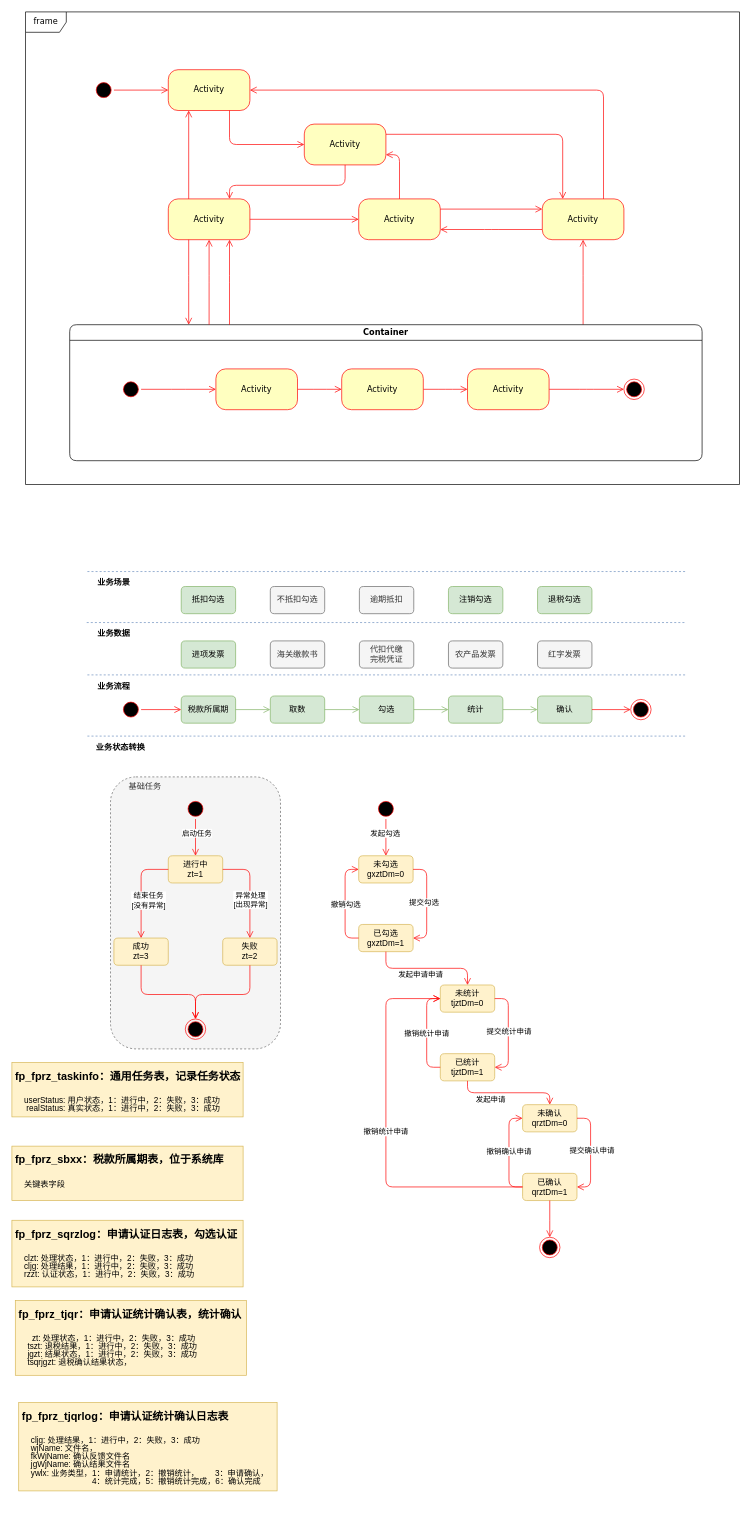
Above: 发票认证整体.drawio in xingzhihe/hello-world (draw.io), before the change. Source tidied: cells renumbered, new cells numbered last; positions are measured from the earlier drawing's top-left corner, leaving out a move shared by most shapes. Both pictures are drawn from the tidied source at 68%, with x=0, y=0 at pixel (12, 12).
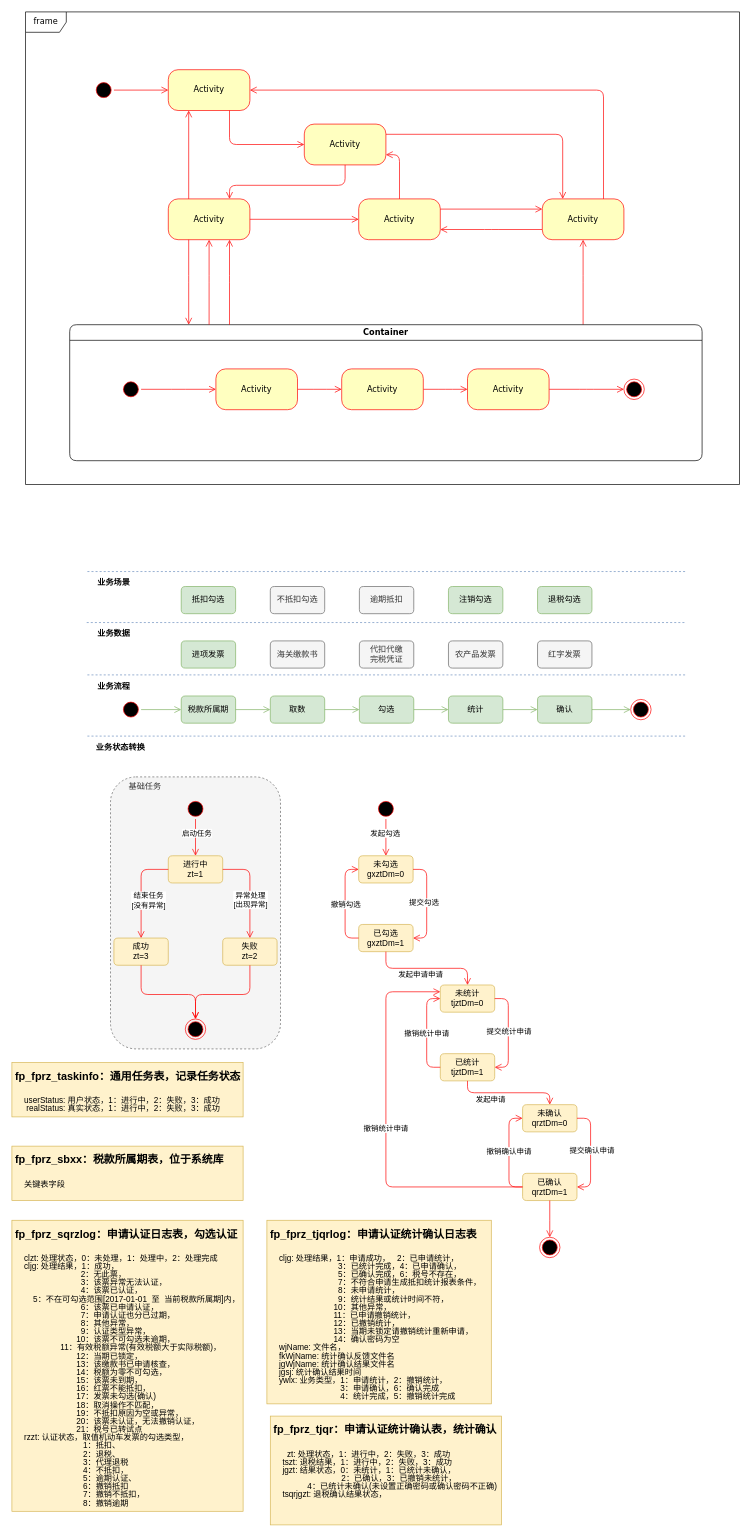
After the change.

Commit message:
更新发票认证整体.drawio

Unchanged cells that the change refers to:
```xml
<mxCell id="39" value="税款所属期" style="rounded=1;whiteSpace=wrap;html=1;fillColor=#d5e8d4;strokeColor=#82b366;" parent="1" vertex="1">
  <mxGeometry x="249" y="1006" width="80" height="40" as="geometry" />
</mxCell>
<mxCell id="43" value="确认" style="rounded=1;whiteSpace=wrap;html=1;fillColor=#d5e8d4;strokeColor=#82b366;" parent="1" vertex="1">
  <mxGeometry x="773" y="1006" width="80" height="40" as="geometry" />
</mxCell>
<mxCell id="44" style="ellipse;html=1;shape=endState;fillColor=#000000;strokeColor=#ff0000;" parent="1" vertex="1">
  <mxGeometry x="910" y="1011" width="30" height="30" as="geometry" />
</mxCell>
<mxCell id="45" style="ellipse;html=1;shape=startState;fillColor=#000000;strokeColor=#ff0000;" parent="1" vertex="1">
  <mxGeometry x="160" y="1011" width="30" height="30" as="geometry" />
</mxCell>
<mxCell id="79" value="未统计&lt;br&gt;tjztDm=0" style="rounded=1;whiteSpace=wrap;html=1;fillColor=#fff2cc;strokeColor=#d6b656;" parent="1" vertex="1">
  <mxGeometry x="630" y="1431" width="80" height="40" as="geometry" />
</mxCell>
<mxCell id="88" value="已确认&lt;br&gt;qrztDm=1" style="rounded=1;whiteSpace=wrap;html=1;fillColor=#fff2cc;strokeColor=#d6b656;" parent="1" vertex="1">
  <mxGeometry x="751" y="1708" width="80" height="40" as="geometry" />
</mxCell>
```

The edit, as a diff of the source:
```diff
@@
-    <mxCell id="46" style="edgeStyle=orthogonalEdgeStyle;html=1;verticalAlign=bottom;endArrow=open;endSize=8;strokeColor=#ff0000;rounded=0;entryX=0;entryY=0.5;entryDx=0;entryDy=0;" parent="1" edge="1" source="45" target="39">
+    <mxCell id="46" style="edgeStyle=orthogonalEdgeStyle;html=1;verticalAlign=bottom;endArrow=open;endSize=8;strokeColor=#82b366;rounded=0;entryX=0;entryY=0.5;entryDx=0;entryDy=0;fillColor=#d5e8d4;" parent="1" edge="1" source="45" target="39">
       <mxGeometry relative="1" as="geometry" />
     </mxCell>
@@
-    <mxCell id="51" style="edgeStyle=orthogonalEdgeStyle;html=1;verticalAlign=bottom;endArrow=open;endSize=8;strokeColor=#ff0000;rounded=0;entryX=0;entryY=0.5;entryDx=0;entryDy=0;exitX=1;exitY=0.5;exitDx=0;exitDy=0;" parent="1" edge="1" source="43" target="44">
+    <mxCell id="51" style="edgeStyle=orthogonalEdgeStyle;html=1;verticalAlign=bottom;endArrow=open;endSize=8;strokeColor=#82b366;rounded=0;entryX=0;entryY=0.5;entryDx=0;entryDy=0;exitX=1;exitY=0.5;exitDx=0;exitDy=0;fillColor=#d5e8d4;" parent="1" edge="1" source="43" target="44">
       <mxGeometry relative="1" as="geometry" />
     </mxCell>
@@
-    <mxCell id="97" style="edgeStyle=orthogonalEdgeStyle;html=1;verticalAlign=bottom;endArrow=open;endSize=8;strokeColor=#ff0000;rounded=1;exitX=0;exitY=0.5;exitDx=0;exitDy=0;entryX=0;entryY=0.5;entryDx=0;entryDy=0;" parent="1" edge="1" source="88" target="79">
+    <mxCell id="97" style="edgeStyle=orthogonalEdgeStyle;html=1;verticalAlign=bottom;endArrow=open;endSize=8;strokeColor=#ff0000;rounded=1;exitX=0;exitY=0.5;exitDx=0;exitDy=0;entryX=0;entryY=0.25;entryDx=0;entryDy=0;" parent="1" edge="1" source="88" target="79">
       <mxGeometry relative="1" as="geometry">
         <Array as="points">
           <mxPoint x="550" y="1728" />
-          <mxPoint x="550" y="1451" />
+          <mxPoint x="550" y="1441" />
         </Array>
       </mxGeometry>
     </mxCell>
@@
-    <mxCell id="109" value="&lt;h1 style=&quot;line-height: 100%;&quot;&gt;&lt;b style=&quot;background-color: initial; font-size: 12px;&quot;&gt;&lt;font style=&quot;font-size: 16px;&quot;&gt;fp_fprz_sqrzlog：申请认证日志表，勾选认证&lt;/font&gt;&lt;/b&gt;&lt;br&gt;&lt;/h1&gt;&lt;p style=&quot;line-height: 100%;&quot;&gt;&amp;nbsp; &amp;nbsp; clzt: 处理状态，1：进行中，2：失败，3：成功&lt;br&gt;&amp;nbsp; &amp;nbsp; cljg: 处理结果，1：进行中，2：失败，3：成功&lt;br&gt;&amp;nbsp; &amp;nbsp; rzzt: 认证状态，1：进行中，2：失败，3：成功&lt;/p&gt;" style="text;html=1;strokeColor=#d6b656;fillColor=#fff2cc;spacing=5;spacingTop=-20;whiteSpace=wrap;overflow=hidden;rounded=0;" parent="1" vertex="1">
-      <mxGeometry y="1777" width="340" height="98" as="geometry" />
+    <mxCell id="109" value="&lt;h1 style=&quot;line-height: 100%;&quot;&gt;&lt;b style=&quot;background-color: initial; font-size: 12px;&quot;&gt;&lt;font style=&quot;font-size: 16px;&quot;&gt;fp_fprz_sqrzlog：申请认证日志表，勾选认证&lt;/font&gt;&lt;/b&gt;&lt;br&gt;&lt;/h1&gt;&lt;p style=&quot;line-height: 100%;&quot;&gt;&amp;nbsp; &amp;nbsp; clzt: 处理状态，0：未处理，1：处理中，2：处理完成&lt;br&gt;&amp;nbsp; &amp;nbsp; cljg: 处理结果，1：成功，&amp;nbsp; &amp;nbsp; &amp;nbsp; &amp;nbsp; &amp;nbsp; &amp;nbsp; &amp;nbsp; &amp;nbsp; &amp;nbsp; &amp;nbsp; &amp;nbsp;&lt;br&gt;&amp;nbsp; &amp;nbsp; &amp;nbsp; &amp;nbsp; &amp;nbsp; &amp;nbsp; &amp;nbsp; &amp;nbsp; &amp;nbsp; &amp;nbsp; &amp;nbsp; &amp;nbsp; &amp;nbsp; &amp;nbsp; &amp;nbsp;2：无此票，&lt;br&gt;&amp;nbsp; &amp;nbsp; &amp;nbsp; &amp;nbsp; &amp;nbsp; &amp;nbsp; &amp;nbsp; &amp;nbsp; &amp;nbsp; &amp;nbsp; &amp;nbsp; &amp;nbsp; &amp;nbsp; &amp;nbsp; &amp;nbsp;3：该票异常无法认证，&lt;br&gt;&amp;nbsp; &amp;nbsp; &amp;nbsp; &amp;nbsp; &amp;nbsp; &amp;nbsp; &amp;nbsp; &amp;nbsp; &amp;nbsp; &amp;nbsp; &amp;nbsp; &amp;nbsp; &amp;nbsp; &amp;nbsp; &amp;nbsp;4：该票已认证，&amp;nbsp; &amp;nbsp; &amp;nbsp; &amp;nbsp; &amp;nbsp; &amp;nbsp; &amp;nbsp; &amp;nbsp; &amp;nbsp;&amp;nbsp;&lt;br&gt;&lt;span style=&quot;background-color: initial;&quot;&gt;&amp;nbsp; &amp;nbsp; &amp;nbsp; &amp;nbsp; 5：不在可勾选范围[2017-01-01&amp;nbsp; 至&amp;nbsp; 当前税款所属期]内，&lt;/span&gt;&lt;span style=&quot;background-color: initial;&quot;&gt;&lt;br&gt;&amp;nbsp; &amp;nbsp; &amp;nbsp; &amp;nbsp; &amp;nbsp; &amp;nbsp; &amp;nbsp; &amp;nbsp; &amp;nbsp; &amp;nbsp; &amp;nbsp; &amp;nbsp; &amp;nbsp; &amp;nbsp; &amp;nbsp;6：该票已申请认证，&lt;br&gt;&amp;nbsp; &amp;nbsp; &amp;nbsp; &amp;nbsp; &amp;nbsp; &amp;nbsp; &amp;nbsp; &amp;nbsp; &amp;nbsp; &amp;nbsp; &amp;nbsp; &amp;nbsp; &amp;nbsp; &amp;nbsp; &amp;nbsp;7：申请认证也分已过期，&lt;br&gt;&amp;nbsp; &amp;nbsp; &amp;nbsp; &amp;nbsp; &amp;nbsp; &amp;nbsp; &amp;nbsp; &amp;nbsp; &amp;nbsp; &amp;nbsp; &amp;nbsp; &amp;nbsp; &amp;nbsp; &amp;nbsp; &amp;nbsp;8：其他异常，&lt;br&gt;&amp;nbsp; &amp;nbsp; &amp;nbsp; &amp;nbsp; &amp;nbsp; &amp;nbsp; &amp;nbsp; &amp;nbsp; &amp;nbsp; &amp;nbsp; &amp;nbsp; &amp;nbsp; &amp;nbsp; &amp;nbsp; &amp;nbsp;9：认证类型异常，&lt;br&gt;&amp;nbsp; &amp;nbsp; &amp;nbsp; &amp;nbsp; &amp;nbsp; &amp;nbsp; &amp;nbsp; &amp;nbsp; &amp;nbsp; &amp;nbsp; &amp;nbsp; &amp;nbsp; &amp;nbsp; &amp;nbsp;10：该票不可勾选未逾期，&lt;br&gt;&amp;nbsp; &amp;nbsp; &amp;nbsp; &amp;nbsp; &amp;nbsp; &amp;nbsp; &amp;nbsp; &amp;nbsp; &amp;nbsp; &amp;nbsp; 11：有效税额异常(有效税额大于实际税额)，&lt;br&gt;&amp;nbsp; &amp;nbsp; &amp;nbsp; &amp;nbsp; &amp;nbsp; &amp;nbsp; &amp;nbsp; &amp;nbsp; &amp;nbsp; &amp;nbsp; &amp;nbsp; &amp;nbsp; &amp;nbsp; &amp;nbsp;12：当期已锁定，&lt;br&gt;&amp;nbsp; &amp;nbsp; &amp;nbsp; &amp;nbsp; &amp;nbsp; &amp;nbsp; &amp;nbsp; &amp;nbsp; &amp;nbsp; &amp;nbsp; &amp;nbsp; &amp;nbsp; &amp;nbsp; &amp;nbsp;13：该缴款书已申请核查，&lt;br&gt;&lt;/span&gt;&lt;span style=&quot;background-color: initial;&quot;&gt;&amp;nbsp; &amp;nbsp; &amp;nbsp; &amp;nbsp; &amp;nbsp; &amp;nbsp; &amp;nbsp; &amp;nbsp; &amp;nbsp; &amp;nbsp; &amp;nbsp; &amp;nbsp; &amp;nbsp; &amp;nbsp;14：税额为零不可勾选，&lt;br&gt;&amp;nbsp; &amp;nbsp; &amp;nbsp; &amp;nbsp; &amp;nbsp; &amp;nbsp; &amp;nbsp; &amp;nbsp; &amp;nbsp; &amp;nbsp; &amp;nbsp; &amp;nbsp; &amp;nbsp; &amp;nbsp;15：该票未到期，&lt;br&gt;&amp;nbsp; &amp;nbsp; &amp;nbsp; &amp;nbsp; &amp;nbsp; &amp;nbsp; &amp;nbsp; &amp;nbsp; &amp;nbsp; &amp;nbsp; &amp;nbsp; &amp;nbsp; &amp;nbsp; &amp;nbsp;16：红票不能抵扣，&lt;br&gt;&amp;nbsp; &amp;nbsp; &amp;nbsp; &amp;nbsp; &amp;nbsp; &amp;nbsp; &amp;nbsp; &amp;nbsp; &amp;nbsp; &amp;nbsp; &amp;nbsp; &amp;nbsp; &amp;nbsp; &amp;nbsp;17：发票未勾选(确认)&lt;br&gt;&amp;nbsp; &amp;nbsp; &amp;nbsp; &amp;nbsp; &amp;nbsp; &amp;nbsp; &amp;nbsp; &amp;nbsp; &amp;nbsp; &amp;nbsp; &amp;nbsp; &amp;nbsp; &amp;nbsp; &amp;nbsp;18：取消操作不匹配，&lt;br&gt;&amp;nbsp; &amp;nbsp; &amp;nbsp; &amp;nbsp; &amp;nbsp; &amp;nbsp; &amp;nbsp; &amp;nbsp; &amp;nbsp; &amp;nbsp; &amp;nbsp; &amp;nbsp; &amp;nbsp; &amp;nbsp;19：不抵扣原因为空或异常，&lt;br&gt;&amp;nbsp; &amp;nbsp; &amp;nbsp; &amp;nbsp; &amp;nbsp; &amp;nbsp; &amp;nbsp; &amp;nbsp; &amp;nbsp; &amp;nbsp; &amp;nbsp; &amp;nbsp; &amp;nbsp; &amp;nbsp;20：该票未认证，无法撤销认证，&lt;br&gt;&amp;nbsp; &amp;nbsp; &amp;nbsp; &amp;nbsp; &amp;nbsp; &amp;nbsp; &amp;nbsp; &amp;nbsp; &amp;nbsp; &amp;nbsp; &amp;nbsp; &amp;nbsp; &amp;nbsp; &amp;nbsp;21：税号已转试点&lt;br&gt;&lt;/span&gt;&lt;span style=&quot;background-color: initial;&quot;&gt;&amp;nbsp; &amp;nbsp; rzzt: 认证状态，取值&lt;/span&gt;&lt;font style=&quot;background-color: initial;&quot;&gt;机动车发票的勾选类型，&lt;br&gt;&amp;nbsp; &amp;nbsp; &amp;nbsp; &amp;nbsp; &amp;nbsp; &amp;nbsp; &amp;nbsp; &amp;nbsp; &amp;nbsp; &amp;nbsp; &amp;nbsp; &amp;nbsp; &amp;nbsp; &amp;nbsp; &amp;nbsp; 1：抵扣、&lt;br&gt;&amp;nbsp; &amp;nbsp; &amp;nbsp; &amp;nbsp; &amp;nbsp; &amp;nbsp; &amp;nbsp; &amp;nbsp; &amp;nbsp; &amp;nbsp; &amp;nbsp; &amp;nbsp; &amp;nbsp; &amp;nbsp; &amp;nbsp; 2：退税、&lt;br&gt;&lt;/font&gt;&lt;span style=&quot;background-color: initial;&quot;&gt;&amp;nbsp; &amp;nbsp; &amp;nbsp; &amp;nbsp; &amp;nbsp; &amp;nbsp; &amp;nbsp; &amp;nbsp; &amp;nbsp; &amp;nbsp; &amp;nbsp; &amp;nbsp; &amp;nbsp; &amp;nbsp; &amp;nbsp; 3：代理退税&lt;br&gt;&lt;/span&gt;&lt;span style=&quot;background-color: initial;&quot;&gt;&amp;nbsp; &amp;nbsp; &amp;nbsp; &amp;nbsp; &amp;nbsp; &amp;nbsp; &amp;nbsp; &amp;nbsp; &amp;nbsp; &amp;nbsp; &amp;nbsp; &amp;nbsp; &amp;nbsp; &amp;nbsp; &amp;nbsp; 4：不抵扣，&lt;br&gt;&amp;nbsp; &amp;nbsp; &amp;nbsp; &amp;nbsp; &amp;nbsp; &amp;nbsp; &amp;nbsp; &amp;nbsp; &amp;nbsp; &amp;nbsp; &amp;nbsp; &amp;nbsp; &amp;nbsp; &amp;nbsp; &amp;nbsp; 5：逾期认证、&lt;br&gt;&amp;nbsp; &amp;nbsp; &amp;nbsp; &amp;nbsp; &amp;nbsp; &amp;nbsp; &amp;nbsp; &amp;nbsp; &amp;nbsp; &amp;nbsp; &amp;nbsp; &amp;nbsp; &amp;nbsp; &amp;nbsp; &amp;nbsp; 6：撤销抵扣&lt;br&gt;&lt;/span&gt;&lt;span style=&quot;background-color: initial;&quot;&gt;&amp;nbsp; &amp;nbsp; &amp;nbsp; &amp;nbsp; &amp;nbsp; &amp;nbsp; &amp;nbsp; &amp;nbsp; &amp;nbsp; &amp;nbsp; &amp;nbsp; &amp;nbsp; &amp;nbsp; &amp;nbsp; &amp;nbsp; 7：撤销不抵扣，&lt;br&gt;&amp;nbsp; &amp;nbsp; &amp;nbsp; &amp;nbsp; &amp;nbsp; &amp;nbsp; &amp;nbsp; &amp;nbsp; &amp;nbsp; &amp;nbsp; &amp;nbsp; &amp;nbsp; &amp;nbsp; &amp;nbsp; &amp;nbsp; 8：撤销逾期&lt;/span&gt;&lt;/p&gt;" style="text;html=1;strokeColor=#d6b656;fillColor=#fff2cc;spacing=5;spacingTop=-20;whiteSpace=wrap;overflow=hidden;rounded=0;" parent="1" vertex="1">
+      <mxGeometry y="1777" width="340" height="428" as="geometry" />
     </mxCell>
-    <mxCell id="110" value="&lt;h1 style=&quot;line-height: 100%;&quot;&gt;&lt;b style=&quot;background-color: initial; font-size: 12px;&quot;&gt;&lt;font style=&quot;font-size: 16px;&quot;&gt;fp_fprz_tjqr：申请认证统计确认表，统计确认&lt;/font&gt;&lt;/b&gt;&lt;br&gt;&lt;/h1&gt;&lt;p style=&quot;line-height: 100%;&quot;&gt;&amp;nbsp; &amp;nbsp; &amp;nbsp; zt: 处理状态，1：进行中，2：失败，3：成功&lt;br&gt;&amp;nbsp; &amp;nbsp; tszt: 退税结果，1：进行中，2：失败，3：成功&lt;br&gt;&amp;nbsp; &amp;nbsp; jgzt: 结果状态，1：进行中，2：失败，3：成功&lt;br&gt;&amp;nbsp; &amp;nbsp;&amp;nbsp;tsqrjgzt: 退税确认结果状态，&lt;/p&gt;" style="text;html=1;strokeColor=#d6b656;fillColor=#fff2cc;spacing=5;spacingTop=-20;whiteSpace=wrap;overflow=hidden;rounded=0;" parent="1" vertex="1">
-      <mxGeometry x="5" y="1895" width="340" height="110" as="geometry" />
+    <mxCell id="110" value="&lt;h1 style=&quot;line-height: 100%;&quot;&gt;&lt;b style=&quot;background-color: initial; font-size: 12px;&quot;&gt;&lt;font style=&quot;font-size: 16px;&quot;&gt;fp_fprz_tjqr：申请认证统计确认表，统计确认&lt;/font&gt;&lt;/b&gt;&lt;br&gt;&lt;/h1&gt;&lt;p style=&quot;line-height: 100%;&quot;&gt;&amp;nbsp; &amp;nbsp; &amp;nbsp; zt: 处理状态，1：进行中，2：失败，3：成功&lt;br&gt;&amp;nbsp; &amp;nbsp; tszt: 退税结果，1：进行中，2：失败，3：成功&lt;br&gt;&amp;nbsp; &amp;nbsp; jgzt: 结果状态，0：未统计，1：已统计未确认，&lt;br&gt;&amp;nbsp; &amp;nbsp; &amp;nbsp; &amp;nbsp; &amp;nbsp; &amp;nbsp; &amp;nbsp; &amp;nbsp; &amp;nbsp; &amp;nbsp; &amp;nbsp; &amp;nbsp; &amp;nbsp; &amp;nbsp; &amp;nbsp; 2：已确认，3：已撤销未统计，&lt;br&gt;&amp;nbsp; &amp;nbsp; &amp;nbsp; &amp;nbsp; &amp;nbsp; &amp;nbsp; &amp;nbsp; &amp;nbsp;4：已统计未确认(未设置正确密码或确认密码不正确)&lt;br&gt;&amp;nbsp; &amp;nbsp;&amp;nbsp;tsqrjgzt: 退税确认结果状态，&lt;/p&gt;" style="text;html=1;strokeColor=#d6b656;fillColor=#fff2cc;spacing=5;spacingTop=-20;whiteSpace=wrap;overflow=hidden;rounded=0;" parent="1" vertex="1">
+      <mxGeometry x="380" y="2065" width="340" height="160" as="geometry" />
     </mxCell>
-    <mxCell id="111" value="&lt;h1 style=&quot;line-height: 100%;&quot;&gt;&lt;b style=&quot;background-color: initial; font-size: 12px;&quot;&gt;&lt;font style=&quot;font-size: 16px;&quot;&gt;fp_fprz_tjqrlog：申请认证统计确认日志表&lt;/font&gt;&lt;/b&gt;&lt;br&gt;&lt;/h1&gt;&lt;p style=&quot;line-height: 100%;&quot;&gt;&amp;nbsp; &amp;nbsp; cljg: 处理结果，1：进行中，2：失败，3：成功&lt;br&gt;&amp;nbsp; &amp;nbsp; wjName: 文件名，&lt;br&gt;&amp;nbsp; &amp;nbsp; fkWjName: 确认反馈文件名&lt;br&gt;&amp;nbsp; &amp;nbsp; jgWjName: 确认结果文件名&lt;br&gt;&amp;nbsp; &amp;nbsp; ywlx: 业务类型，1：申请统计，2：撤销统计，&amp;nbsp; &amp;nbsp; &amp;nbsp; &amp;nbsp;3：申请确认，&amp;nbsp; &amp;nbsp; &amp;nbsp; &amp;nbsp; &amp;nbsp; &amp;nbsp; &amp;nbsp; &amp;nbsp; &amp;nbsp; &amp;nbsp; &amp;nbsp; &amp;nbsp; &amp;nbsp; &amp;nbsp; &amp;nbsp; &amp;nbsp; &amp;nbsp;4：统计完成，5：撤销统计完成，6：确认完成&lt;/p&gt;" style="text;html=1;strokeColor=#d6b656;fillColor=#fff2cc;spacing=5;spacingTop=-20;whiteSpace=wrap;overflow=hidden;rounded=0;" parent="1" vertex="1">
-      <mxGeometry x="10" y="2045" width="380" height="130" as="geometry" />
+    <mxCell id="111" value="&lt;h1 style=&quot;line-height: 100%;&quot;&gt;&lt;b style=&quot;background-color: initial; font-size: 12px;&quot;&gt;&lt;font style=&quot;font-size: 16px;&quot;&gt;fp_fprz_tjqrlog：申请认证统计确认日志表&lt;/font&gt;&lt;/b&gt;&lt;br&gt;&lt;/h1&gt;&lt;p style=&quot;line-height: 100%;&quot;&gt;&amp;nbsp; &amp;nbsp; cljg: 处理结果，1：申请成功，&amp;nbsp; &amp;nbsp;2：已申请统计，&lt;br&gt;&lt;span style=&quot;background-color: initial;&quot;&gt;&amp;nbsp; &amp;nbsp; &amp;nbsp; &amp;nbsp; &amp;nbsp; &amp;nbsp; &amp;nbsp; &amp;nbsp; &amp;nbsp; &amp;nbsp; &amp;nbsp; &amp;nbsp; &amp;nbsp; &amp;nbsp; &amp;nbsp; 3：已统计完成，4：已申请确认，&lt;br&gt;&amp;nbsp; &amp;nbsp; &amp;nbsp; &amp;nbsp; &amp;nbsp; &amp;nbsp; &amp;nbsp; &amp;nbsp; &amp;nbsp; &amp;nbsp; &amp;nbsp; &amp;nbsp; &amp;nbsp; &amp;nbsp; &amp;nbsp; 5：已确认完成，6：税号不存在，&lt;br&gt;&amp;nbsp; &amp;nbsp; &amp;nbsp; &amp;nbsp; &amp;nbsp; &amp;nbsp; &amp;nbsp; &amp;nbsp; &amp;nbsp; &amp;nbsp; &amp;nbsp; &amp;nbsp; &amp;nbsp; &amp;nbsp; &amp;nbsp; 7：不符合申请生成抵扣统计报表条件，&amp;nbsp; &amp;nbsp; &amp;nbsp; &amp;nbsp; &amp;nbsp; &amp;nbsp; &amp;nbsp; &amp;nbsp; &amp;nbsp; &amp;nbsp; &amp;nbsp; &amp;nbsp; &amp;nbsp; &amp;nbsp; &amp;nbsp; &amp;nbsp; &amp;nbsp; 8：未申请统计，&lt;br&gt;&lt;/span&gt;&lt;span style=&quot;background-color: initial;&quot;&gt;&amp;nbsp; &amp;nbsp; &amp;nbsp; &amp;nbsp; &amp;nbsp; &amp;nbsp; &amp;nbsp; &amp;nbsp; &amp;nbsp; &amp;nbsp; &amp;nbsp; &amp;nbsp; &amp;nbsp; &amp;nbsp; &amp;nbsp; 9：统计结果或统计时间不符，&lt;br&gt;&amp;nbsp; &amp;nbsp; &amp;nbsp; &amp;nbsp; &amp;nbsp; &amp;nbsp; &amp;nbsp; &amp;nbsp; &amp;nbsp; &amp;nbsp; &amp;nbsp; &amp;nbsp; &amp;nbsp; &amp;nbsp; 10：其他异常，&amp;nbsp; &amp;nbsp;&lt;br&gt;&lt;/span&gt;&lt;span style=&quot;background-color: initial;&quot;&gt;&amp;nbsp; &amp;nbsp; &amp;nbsp; &amp;nbsp; &amp;nbsp; &amp;nbsp; &amp;nbsp; &amp;nbsp; &amp;nbsp; &amp;nbsp; &amp;nbsp; &amp;nbsp; &amp;nbsp; &amp;nbsp; 11：已申请撤销统计，&amp;nbsp; &amp;nbsp; &amp;nbsp; &amp;nbsp; &amp;nbsp; &amp;nbsp; &amp;nbsp; &amp;nbsp; &amp;nbsp; &amp;nbsp; &amp;nbsp; &amp;nbsp; &amp;nbsp; &amp;nbsp; &amp;nbsp; &amp;nbsp; &amp;nbsp; &amp;nbsp; &amp;nbsp; &amp;nbsp; &amp;nbsp; &amp;nbsp; &amp;nbsp; &amp;nbsp; &amp;nbsp; &amp;nbsp; &amp;nbsp; &amp;nbsp; &amp;nbsp; &amp;nbsp; 12：已撤销统计，&lt;br&gt;&lt;/span&gt;&lt;span style=&quot;background-color: initial;&quot;&gt;&amp;nbsp; &amp;nbsp; &amp;nbsp; &amp;nbsp; &amp;nbsp; &amp;nbsp; &amp;nbsp; &amp;nbsp; &amp;nbsp; &amp;nbsp; &amp;nbsp; &amp;nbsp; &amp;nbsp; &amp;nbsp; 13：当期未锁定请撤销统计重新申请，&amp;nbsp; &amp;nbsp; &amp;nbsp; &amp;nbsp; &amp;nbsp; &amp;nbsp; &amp;nbsp; &amp;nbsp; &amp;nbsp; &amp;nbsp; &amp;nbsp; &amp;nbsp; &amp;nbsp; &amp;nbsp; &amp;nbsp; &amp;nbsp; &amp;nbsp; 14：确认密码为空&lt;br&gt;&lt;/span&gt;&lt;span style=&quot;background-color: initial;&quot;&gt;&amp;nbsp; &amp;nbsp; wjName: 文件名，&lt;br&gt;&lt;/span&gt;&lt;span style=&quot;background-color: initial;&quot;&gt;&amp;nbsp; &amp;nbsp; fkWjName: 统计确认反馈文件名&lt;br&gt;&lt;/span&gt;&lt;span style=&quot;background-color: initial;&quot;&gt;&amp;nbsp; &amp;nbsp; jgWjName: 统计确认结果文件名&lt;br&gt;&lt;/span&gt;&lt;span style=&quot;background-color: initial;&quot;&gt;&amp;nbsp; &amp;nbsp; jgsj: 统计确认结果时间&lt;br&gt;&lt;/span&gt;&lt;span style=&quot;background-color: initial;&quot;&gt;&amp;nbsp; &amp;nbsp; ywlx: 业务类型，1：申请统计，2：撤销统计，&amp;nbsp; &amp;nbsp; &amp;nbsp; &amp;nbsp;&lt;br&gt;&lt;/span&gt;&lt;span style=&quot;background-color: initial;&quot;&gt;&amp;nbsp; &amp;nbsp; &amp;nbsp; &amp;nbsp; &amp;nbsp; &amp;nbsp; &amp;nbsp; &amp;nbsp; &amp;nbsp; &amp;nbsp; &amp;nbsp; &amp;nbsp; &amp;nbsp; &amp;nbsp; &amp;nbsp; &amp;nbsp;3：申请确认，6：确认完成&lt;/span&gt;&lt;span style=&quot;background-color: initial;&quot;&gt;&amp;nbsp; &amp;nbsp; &amp;nbsp; &amp;nbsp; &amp;nbsp; &amp;nbsp; &amp;nbsp; &amp;nbsp; &amp;nbsp; &amp;nbsp; &amp;nbsp;&lt;br&gt;&lt;/span&gt;&lt;span style=&quot;background-color: initial;&quot;&gt;&amp;nbsp; &amp;nbsp; &amp;nbsp; &amp;nbsp; &amp;nbsp; &amp;nbsp; &amp;nbsp; &amp;nbsp; &amp;nbsp; &amp;nbsp; &amp;nbsp; &amp;nbsp; &amp;nbsp; &amp;nbsp; &amp;nbsp; &amp;nbsp;4：统计完成，5：撤销统计完成&lt;/span&gt;&lt;/p&gt;" style="text;html=1;strokeColor=#d6b656;fillColor=#fff2cc;spacing=5;spacingTop=-20;whiteSpace=wrap;overflow=hidden;rounded=0;" parent="1" vertex="1">
+      <mxGeometry x="375" y="1777" width="330" height="270" as="geometry" />
     </mxCell>
```
